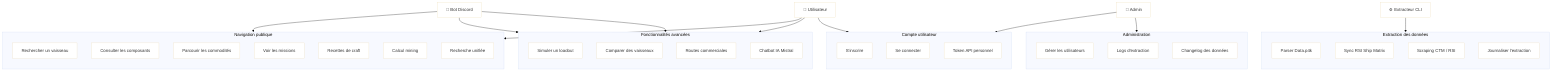
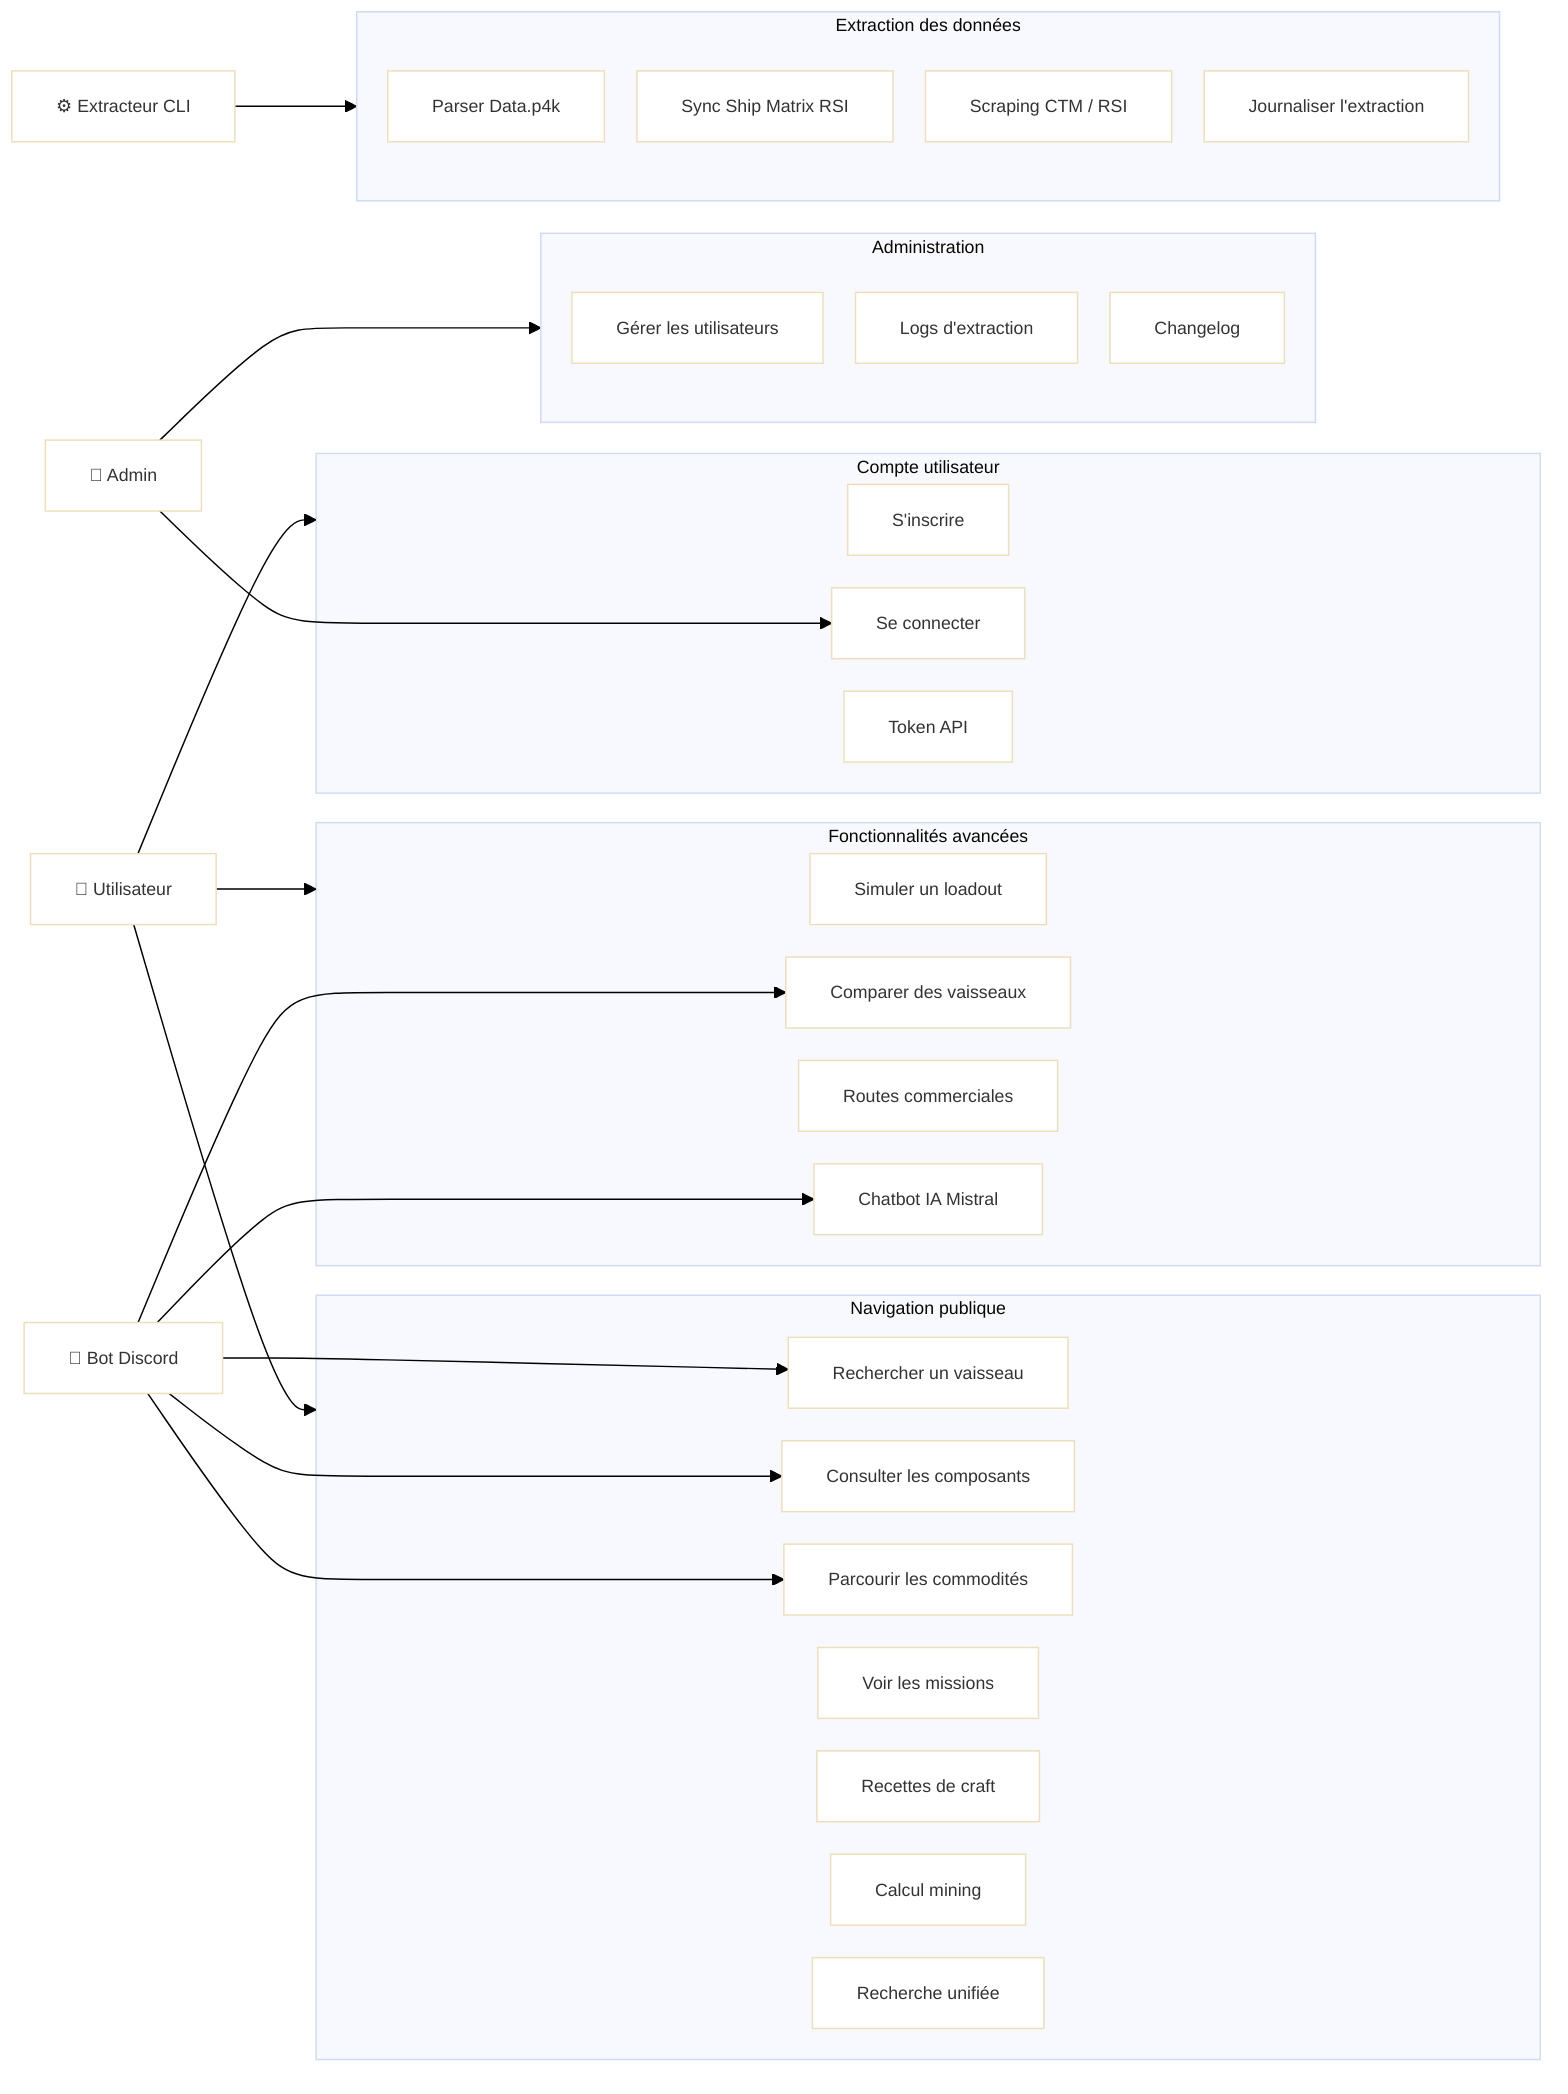
- %%{init: {'theme': 'base', 'themeVariables': {'background': '#ffffff', 'mainBkg': '#ffffff', 'fontSize': '15px', 'fontFamily': 'Arial'}}}%%
- graph TD
+ %%{init: {'theme': 'base', 'themeVariables': {'background': '#ffffff', 'mainBkg': '#ffffff', 'fontSize': '12px', 'fontFamily': 'Arial'}, 'flowchart': {'nodeSpacing': 22, 'rankSpacing': 55, 'useMaxWidth': true}}}%%
+ graph LR
    U["👤 Utilisateur"]
    A["🔑 Admin"]
    B["🤖 Bot Discord"]
    E["⚙️ Extracteur CLI"]

    subgraph PUB["Navigation publique"]
-         direction TB
        UC1["Rechercher un vaisseau"]
        UC2["Consulter les composants"]
        UC3["Parcourir les commodités"]
        UC4["Voir les missions"]
        UC5["Recettes de craft"]
        UC6["Calcul mining"]
        UC7["Recherche unifiée"]
    end

    subgraph ADV["Fonctionnalités avancées"]
-         direction TB
        UC8["Simuler un loadout"]
        UC9["Comparer des vaisseaux"]
        UC10["Routes commerciales"]
        UC11["Chatbot IA Mistral"]
    end

    subgraph AUTHZ["Compte utilisateur"]
-         direction TB
        UC12["S'inscrire"]
        UC13["Se connecter"]
-         UC14["Token API personnel"]
+         UC14["Token API"]
    end

    subgraph ADMIN["Administration"]
-         direction TB
        UC15["Gérer les utilisateurs"]
        UC16["Logs d'extraction"]
-         UC17["Changelog des données"]
+         UC17["Changelog"]
    end

    subgraph EXT["Extraction des données"]
-         direction TB
        UC18["Parser Data.p4k"]
-         UC19["Sync RSI Ship Matrix"]
+         UC19["Sync Ship Matrix RSI"]
        UC20["Scraping CTM / RSI"]
        UC21["Journaliser l'extraction"]
    end

    U --> PUB
    U --> ADV
    U --> AUTHZ
    A --> ADMIN
    A --> UC13
    B --> UC1
+     B --> UC2
+     B --> UC3
    B --> UC9
    B --> UC11
    E --> EXT
